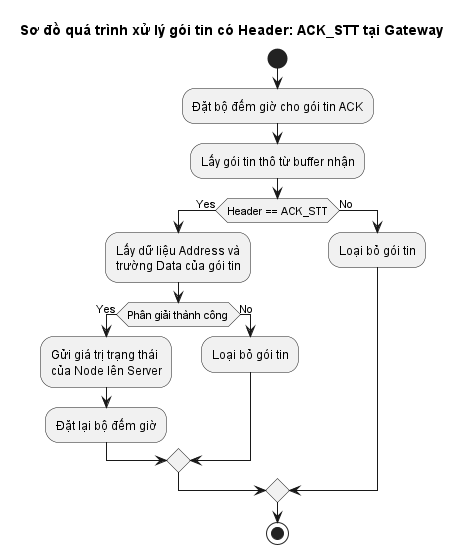
Before: design/out/gateway_ack/gateway_ack.png, a diagram exported from PlantUML (laduc11/light_system_iot).
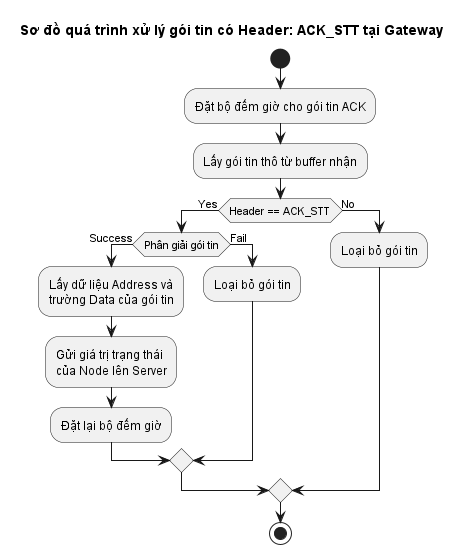
After the change.

Commit message:
Refactor activity diagrams relate to mesage processing in node, gateway

Diff of the diagram source:
```diff
@@ -6,13 +6,13 @@
     :Lấy gói tin thô từ buffer nhận;
 
     if (Header == ACK_STT) then (Yes)
-        :Lấy dữ liệu Address và
-        trường Data của gói tin;
-        if (Phân giải thành công) then (Yes)
+        if (Phân giải gói tin) then (Success)
+            :Lấy dữ liệu Address và
+            trường Data của gói tin;
             :Gửi giá trị trạng thái
             của Node lên Server;
             :Đặt lại bộ đếm giờ;
-        else (No)
+        else (Fail)
             :Loại bỏ gói tin;
         endif
     else (No)
```
